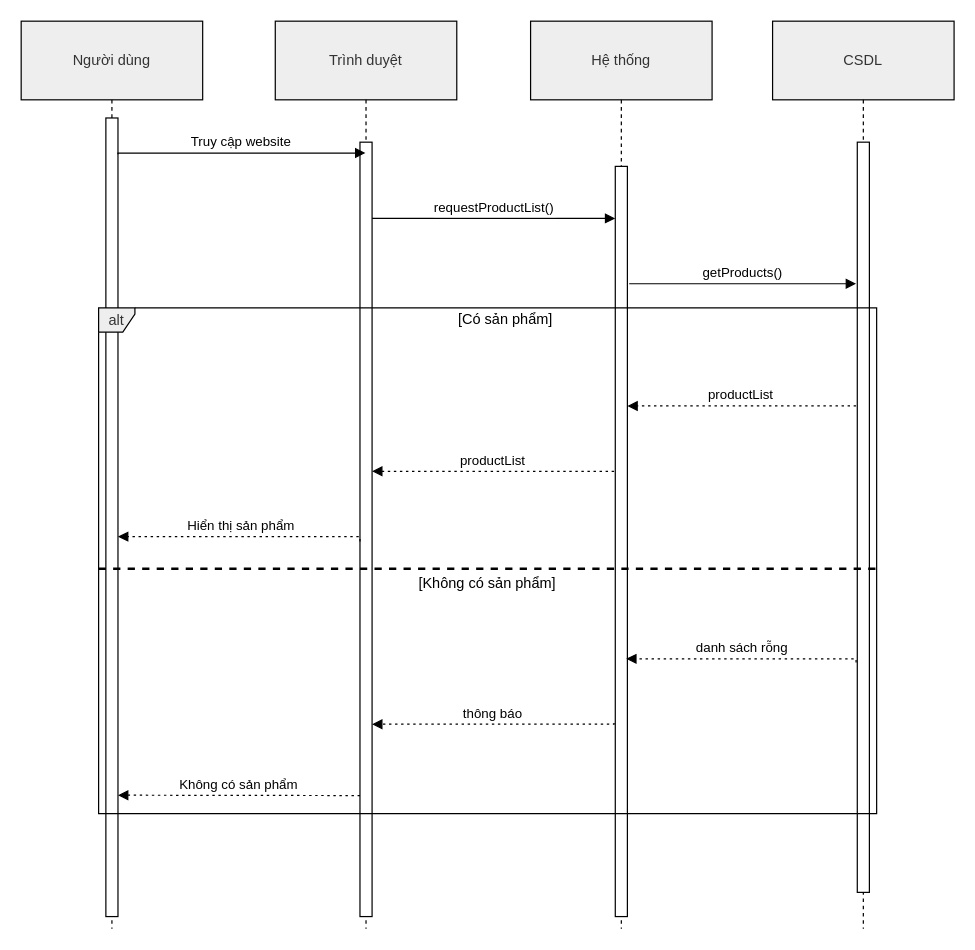
This is page "Page-1" (1 of 3) of Untitled Diagram.drawio from HieuAI/THPTHTTTNT, a draw.io file, before an edit. Source tidied: cells renumbered, new cells numbered last; positions are measured from the earlier drawing's top-left corner, leaving out a move shared by most shapes. Both pictures are drawn from the tidied source at 121%, with x=0, y=0 at pixel (21, 21).
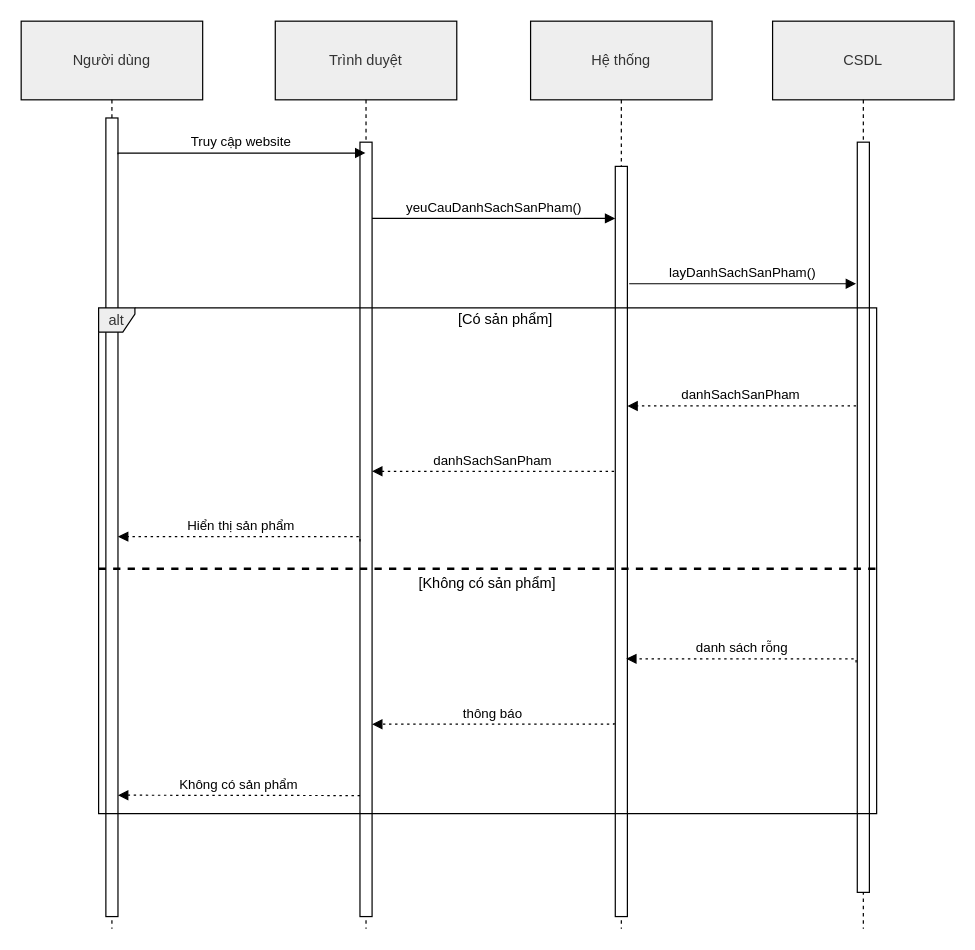
After the change.

Unchanged cells that the change refers to:
```xml
<mxCell id="5" style="html=1;points=[[0,0,0,0,5],[0,1,0,0,-5],[1,0,0,0,5],[1,1,0,0,-5]];perimeter=orthogonalPerimeter;outlineConnect=0;targetShapes=umlLifeline;portConstraint=eastwest;newEdgeStyle={&quot;curved&quot;:0,&quot;rounded&quot;:0};" parent="4" vertex="1">
  <mxGeometry x="70" y="100" width="10" height="640" as="geometry" />
</mxCell>
<mxCell id="7" style="html=1;points=[[0,0,0,0,5],[0,1,0,0,-5],[1,0,0,0,5],[1,1,0,0,-5]];perimeter=orthogonalPerimeter;outlineConnect=0;targetShapes=umlLifeline;portConstraint=eastwest;newEdgeStyle={&quot;curved&quot;:0,&quot;rounded&quot;:0};" parent="6" vertex="1">
  <mxGeometry x="70" y="120" width="10" height="620" as="geometry" />
</mxCell>
```

Diff of the diagram source:
```diff
@@
-    <mxCell id="14" value="requestProductList()" style="verticalAlign=bottom;edgeStyle=elbowEdgeStyle;elbow=vertical;curved=0;rounded=0;endArrow=block;" parent="1" edge="1" source="5" target="7">
+    <mxCell id="14" value="yeuCauDanhSachSanPham()" style="verticalAlign=bottom;edgeStyle=elbowEdgeStyle;elbow=vertical;curved=0;rounded=0;endArrow=block;" parent="1" edge="1" source="5" target="7">
       <mxGeometry relative="1" as="geometry">
         <Array as="points">
           <mxPoint x="399" y="163" />
         </Array>
       </mxGeometry>
     </mxCell>
-    <mxCell id="15" value="getProducts()" style="verticalAlign=bottom;edgeStyle=elbowEdgeStyle;elbow=vertical;curved=0;rounded=0;endArrow=block;" parent="1" edge="1">
+    <mxCell id="15" value="layDanhSachSanPham()" style="verticalAlign=bottom;edgeStyle=elbowEdgeStyle;elbow=vertical;curved=0;rounded=0;endArrow=block;" parent="1" edge="1">
       <mxGeometry relative="1" as="geometry">
         <mxPoint x="502.5" y="217" as="sourcePoint" />
         <mxPoint x="690" y="217" as="targetPoint" />
         <Array as="points">
           <mxPoint x="612" y="217" />
         </Array>
       </mxGeometry>
     </mxCell>
-    <mxCell id="16" value="productList" style="verticalAlign=bottom;edgeStyle=elbowEdgeStyle;elbow=vertical;curved=0;rounded=0;dashed=1;dashPattern=2 3;endArrow=block;" parent="1" edge="1" target="7">
+    <mxCell id="16" value="danhSachSanPham" style="verticalAlign=bottom;edgeStyle=elbowEdgeStyle;elbow=vertical;curved=0;rounded=0;dashed=1;dashPattern=2 3;endArrow=block;" parent="1" edge="1" target="7">
       <mxGeometry relative="1" as="geometry">
         <mxPoint x="690" y="318" as="sourcePoint" />
         <Array as="points">
           <mxPoint x="608" y="318" />
         </Array>
       </mxGeometry>
     </mxCell>
-    <mxCell id="17" value="productList" style="verticalAlign=bottom;edgeStyle=elbowEdgeStyle;elbow=vertical;curved=0;rounded=0;dashed=1;dashPattern=2 3;endArrow=block;" parent="1" edge="1">
+    <mxCell id="17" value="danhSachSanPham" style="verticalAlign=bottom;edgeStyle=elbowEdgeStyle;elbow=vertical;curved=0;rounded=0;dashed=1;dashPattern=2 3;endArrow=block;" parent="1" edge="1">
       <mxGeometry relative="1" as="geometry">
         <mxPoint x="490" y="372" as="sourcePoint" />
         <mxPoint x="290" y="372" as="targetPoint" />
         <Array as="points">
           <mxPoint x="402" y="372" />
         </Array>
       </mxGeometry>
     </mxCell>
```
